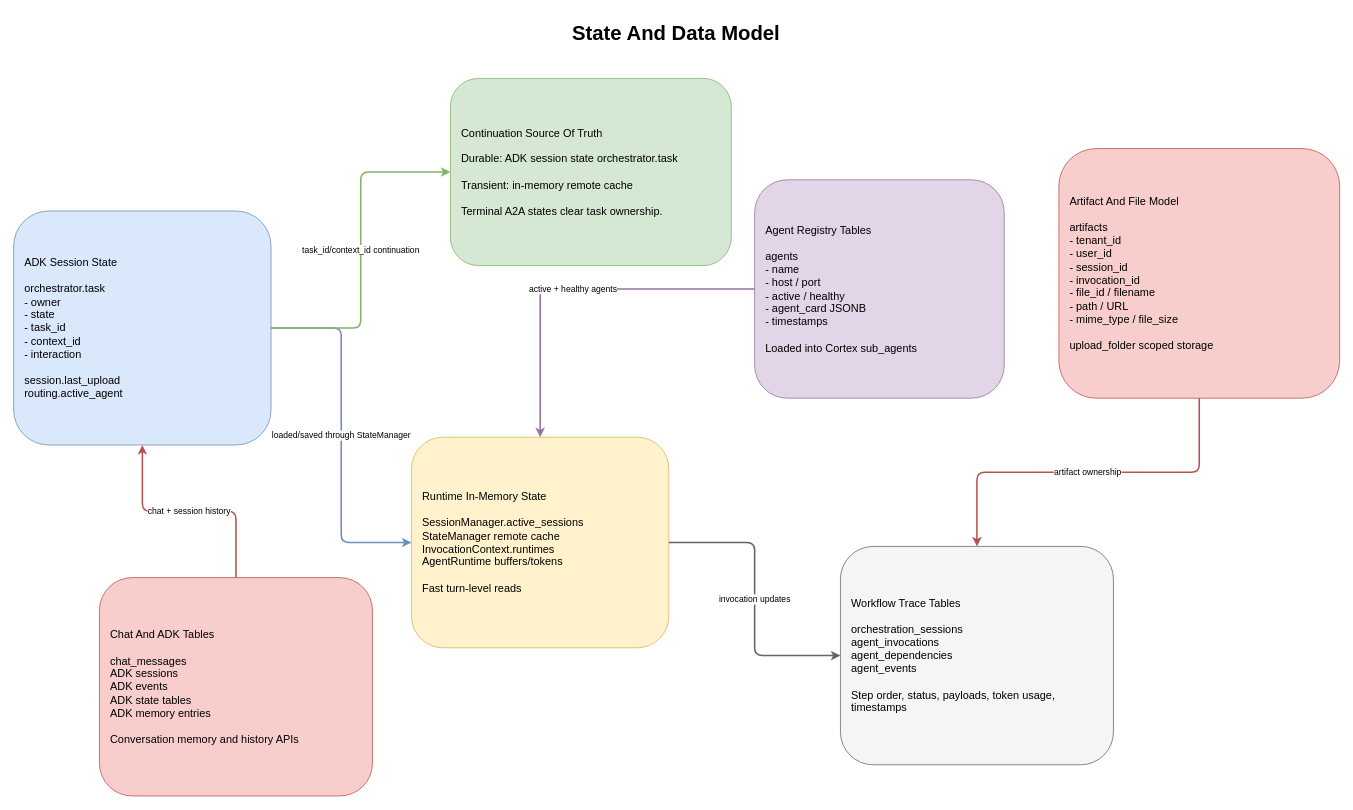
adityait019/orchestrator keeps this draw.io diagram as page "State And Data Model" (3 of 3) of docs/architecture-diagram/updated_architecture.drawio. Above is the earlier version. Source tidied: cells renumbered, new cells numbered last; positions are measured from the earlier drawing's top-left corner, leaving out a move shared by most shapes. Both pictures are drawn from the tidied source at 78%, with x=0, y=0 at pixel (13, 13).
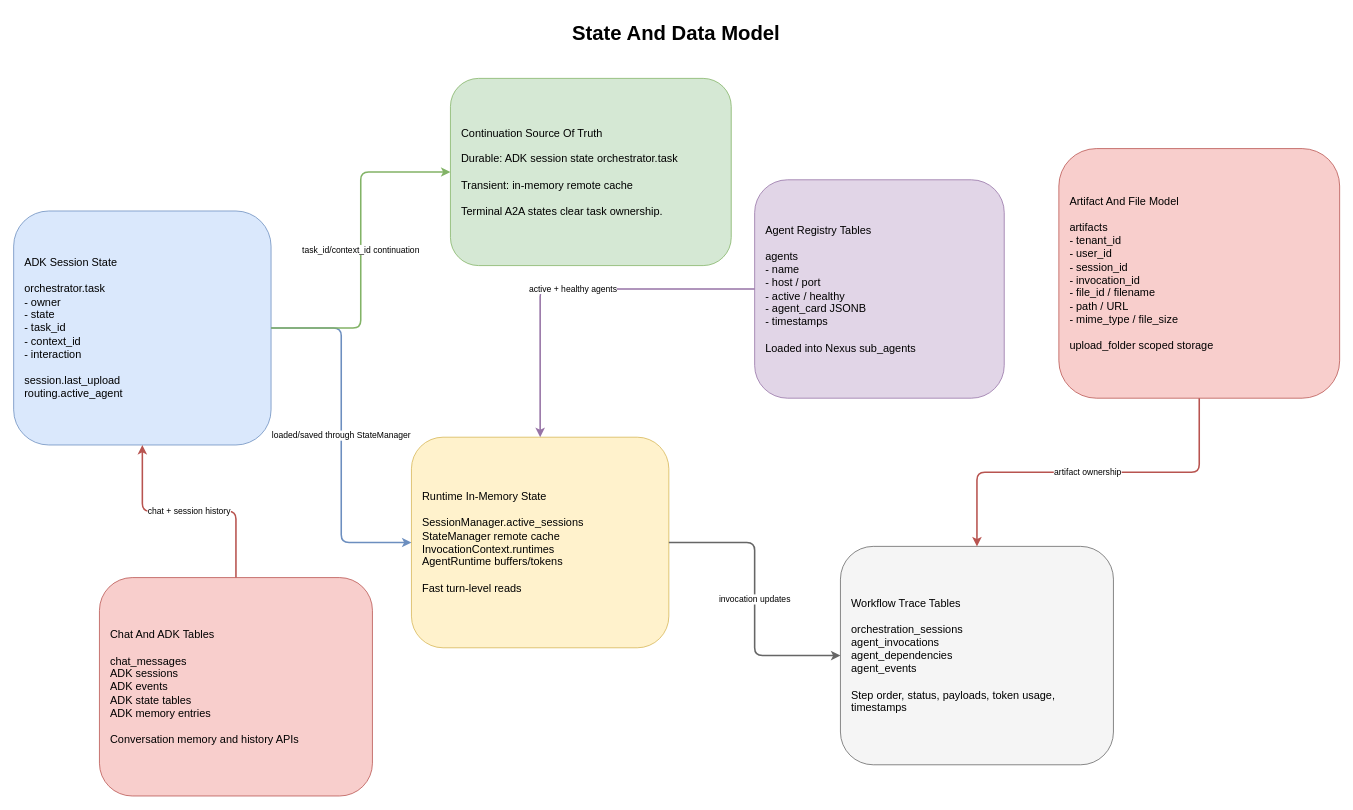
The same page after the edit.

The edit, as a diff of the source:
```diff
@@
 <mxGraphModel>
   <root>
     <mxCell id="0" />
     <mxCell id="1" parent="0" />
     <mxCell id="2" value="State And Data Model" style="text;html=1;strokeColor=none;fillColor=none;align=center;verticalAlign=middle;fontStyle=1;fontSize=26;" parent="1" vertex="1">
       <mxGeometry x="449" width="800" height="50" as="geometry" />
     </mxCell>
     <mxCell id="3" value="ADK Session State&lt;br&gt;&lt;br&gt;orchestrator.task&lt;br&gt;- owner&lt;br&gt;- state&lt;br&gt;- task_id&lt;br&gt;- context_id&lt;br&gt;- interaction&lt;br&gt;&lt;br&gt;session.last_upload&lt;br&gt;routing.active_agent" style="rounded=1;whiteSpace=wrap;html=1;fillColor=#dae8fc;strokeColor=#6c8ebf;fontSize=14;align=left;spacingLeft=12;" parent="1" vertex="1">
       <mxGeometry y="253" width="330" height="300" as="geometry" />
     </mxCell>
     <mxCell id="4" value="Runtime In-Memory State&lt;br&gt;&lt;br&gt;SessionManager.active_sessions&lt;br&gt;StateManager remote cache&lt;br&gt;InvocationContext.runtimes&lt;br&gt;AgentRuntime buffers/tokens&lt;br&gt;&lt;br&gt;Fast turn-level reads" style="rounded=1;whiteSpace=wrap;html=1;fillColor=#fff2cc;strokeColor=#d6b656;fontSize=14;align=left;spacingLeft=12;" parent="1" vertex="1">
       <mxGeometry x="510" y="543" width="330" height="270" as="geometry" />
     </mxCell>
     <mxCell id="5" value="Workflow Trace Tables&lt;br&gt;&lt;br&gt;orchestration_sessions&lt;br&gt;agent_invocations&lt;br&gt;agent_dependencies&lt;br&gt;agent_events&lt;br&gt;&lt;br&gt;Step order, status, payloads, token usage, timestamps" style="rounded=1;whiteSpace=wrap;html=1;fillColor=#f5f5f5;strokeColor=#666666;fontSize=14;align=left;spacingLeft=12;" parent="1" vertex="1">
       <mxGeometry x="1060" y="683" width="350" height="280" as="geometry" />
     </mxCell>
-    <mxCell id="6" value="Agent Registry Tables&lt;br&gt;&lt;br&gt;agents&lt;br&gt;- name&lt;br&gt;- host / port&lt;br&gt;- active / healthy&lt;br&gt;- agent_card JSONB&lt;br&gt;- timestamps&lt;br&gt;&lt;br&gt;Loaded into Cortex sub_agents" style="rounded=1;whiteSpace=wrap;html=1;fillColor=#e1d5e7;strokeColor=#9673a6;fontSize=14;align=left;spacingLeft=12;" parent="1" vertex="1">
+    <mxCell id="6" value="Agent Registry Tables&lt;br&gt;&lt;br&gt;agents&lt;br&gt;- name&lt;br&gt;- host / port&lt;br&gt;- active / healthy&lt;br&gt;- agent_card JSONB&lt;br&gt;- timestamps&lt;br&gt;&lt;br&gt;Loaded into Nexus sub_agents" style="rounded=1;whiteSpace=wrap;html=1;fillColor=#e1d5e7;strokeColor=#9673a6;fontSize=14;align=left;spacingLeft=12;" parent="1" vertex="1">
       <mxGeometry x="950" y="213" width="320" height="280" as="geometry" />
     </mxCell>
     <mxCell id="7" value="Artifact And File Model&lt;br&gt;&lt;br&gt;artifacts&lt;br&gt;- tenant_id&lt;br&gt;- user_id&lt;br&gt;- session_id&lt;br&gt;- invocation_id&lt;br&gt;- file_id / filename&lt;br&gt;- path / URL&lt;br&gt;- mime_type / file_size&lt;br&gt;&lt;br&gt;upload_folder scoped storage" style="rounded=1;whiteSpace=wrap;html=1;fillColor=#f8cecc;strokeColor=#b85450;fontSize=14;align=left;spacingLeft=12;" parent="1" vertex="1">
       <mxGeometry x="1340" y="173" width="360" height="320" as="geometry" />
     </mxCell>
     <mxCell id="8" value="Chat And ADK Tables&lt;br&gt;&lt;br&gt;chat_messages&lt;br&gt;ADK sessions&lt;br&gt;ADK events&lt;br&gt;ADK state tables&lt;br&gt;ADK memory entries&lt;br&gt;&lt;br&gt;Conversation memory and history APIs" style="rounded=1;whiteSpace=wrap;html=1;fillColor=#f8cecc;strokeColor=#b85450;fontSize=14;align=left;spacingLeft=12;" parent="1" vertex="1">
       <mxGeometry x="110" y="723" width="350" height="280" as="geometry" />
     </mxCell>
     <mxCell id="9" value="Continuation Source Of Truth&lt;br&gt;&lt;br&gt;Durable: ADK session state orchestrator.task&lt;br&gt;&lt;br&gt;Transient: in-memory remote cache&lt;br&gt;&lt;br&gt;Terminal A2A states clear task ownership." style="rounded=1;whiteSpace=wrap;html=1;fillColor=#d5e8d4;strokeColor=#82b366;fontSize=14;align=left;spacingLeft=12;" parent="1" vertex="1">
       <mxGeometry x="560" y="83" width="360" height="240" as="geometry" />
     </mxCell>
     <mxCell id="10" value="loaded/saved through StateManager" style="edgeStyle=orthogonalEdgeStyle;rounded=1;html=1;strokeWidth=2;strokeColor=#6c8ebf;" parent="1" edge="1" source="3" target="4">
       <mxGeometry relative="1" as="geometry" />
     </mxCell>
     <mxCell id="11" value="invocation updates" style="edgeStyle=orthogonalEdgeStyle;rounded=1;html=1;strokeWidth=2;strokeColor=#666666;" parent="1" edge="1" source="4" target="5">
       <mxGeometry relative="1" as="geometry" />
     </mxCell>
     <mxCell id="12" value="active + healthy agents" style="edgeStyle=orthogonalEdgeStyle;rounded=1;html=1;strokeWidth=2;strokeColor=#9673a6;" parent="1" edge="1" source="6" target="4">
       <mxGeometry relative="1" as="geometry" />
     </mxCell>
     <mxCell id="13" value="artifact ownership" style="edgeStyle=orthogonalEdgeStyle;rounded=1;html=1;strokeWidth=2;strokeColor=#b85450;" parent="1" edge="1" source="7" target="5">
       <mxGeometry relative="1" as="geometry" />
     </mxCell>
     <mxCell id="14" value="chat + session history" style="edgeStyle=orthogonalEdgeStyle;rounded=1;html=1;strokeWidth=2;strokeColor=#b85450;" parent="1" edge="1" source="8" target="3">
       <mxGeometry relative="1" as="geometry" />
     </mxCell>
     <mxCell id="15" value="task_id/context_id continuation" style="edgeStyle=orthogonalEdgeStyle;rounded=1;html=1;strokeWidth=2;strokeColor=#82b366;" parent="1" edge="1" source="3" target="9">
       <mxGeometry relative="1" as="geometry" />
     </mxCell>
   </root>
 </mxGraphModel>
```
